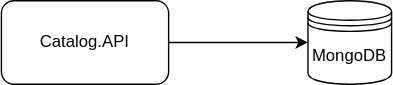
This is ArchitectureDiagram.svg from alexchet/NetMicroservices, a draw.io export, as it was before one commit. Source tidied: cells renumbered, new cells last; positions are measured from the earlier drawing's top-left corner, leaving out a move shared by most shapes. Its diagram source:
```xml
<mxGraphModel>
  <root>
    <mxCell id="0" />
    <mxCell id="1" parent="0" />
    <mxCell id="2" style="edgeStyle=orthogonalEdgeStyle;rounded=0;jettySize=auto;html=1;exitX=1;exitY=0.5;exitDx=0;exitDy=0;entryX=0;entryY=0.5;entryDx=0;entryDy=0;" parent="1" edge="1" source="3" target="4">
      <mxGeometry relative="1" as="geometry" />
    </mxCell>
    <mxCell id="3" value="Catalog.API" style="rounded=1;whiteSpace=wrap;html=1;" parent="1" vertex="1">
      <mxGeometry width="120" height="60" as="geometry" />
    </mxCell>
    <mxCell id="4" value="MongoDB" style="shape=datastore;whiteSpace=wrap;html=1;" parent="1" vertex="1">
      <mxGeometry x="220" width="60" height="60" as="geometry" />
    </mxCell>
  </root>
</mxGraphModel>
```
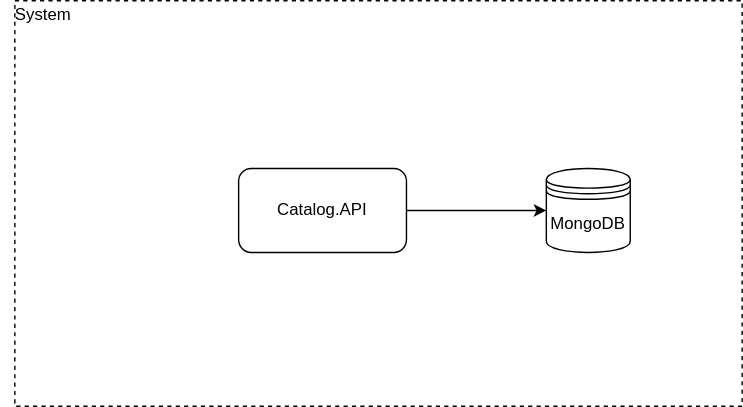
The same file after the commit.

What changed in the source:
```diff
@@ -2,6 +2,9 @@
   <root>
     <mxCell id="0" />
     <mxCell id="1" parent="0" />
+    <mxCell id="5" style="rounded=0;whiteSpace=wrap;html=1;dashed=1;align=left;" parent="1" vertex="1">
+      <mxGeometry x="-160" y="-120" width="520" height="290" as="geometry" />
+    </mxCell>
     <mxCell id="2" style="edgeStyle=orthogonalEdgeStyle;rounded=0;jettySize=auto;html=1;exitX=1;exitY=0.5;exitDx=0;exitDy=0;entryX=0;entryY=0.5;entryDx=0;entryDy=0;" parent="1" edge="1" source="3" target="4">
       <mxGeometry relative="1" as="geometry" />
     </mxCell>
@@ -11,5 +14,8 @@
     <mxCell id="4" value="MongoDB" style="shape=datastore;whiteSpace=wrap;html=1;" parent="1" vertex="1">
       <mxGeometry x="220" width="60" height="60" as="geometry" />
     </mxCell>
+    <mxCell id="6" value="System" style="text;html=1;align=center;verticalAlign=middle;strokeColor=none;fillColor=none;" parent="1" vertex="1">
+      <mxGeometry x="-170" y="-120" width="60" height="20" as="geometry" />
+    </mxCell>
   </root>
 </mxGraphModel>
```
